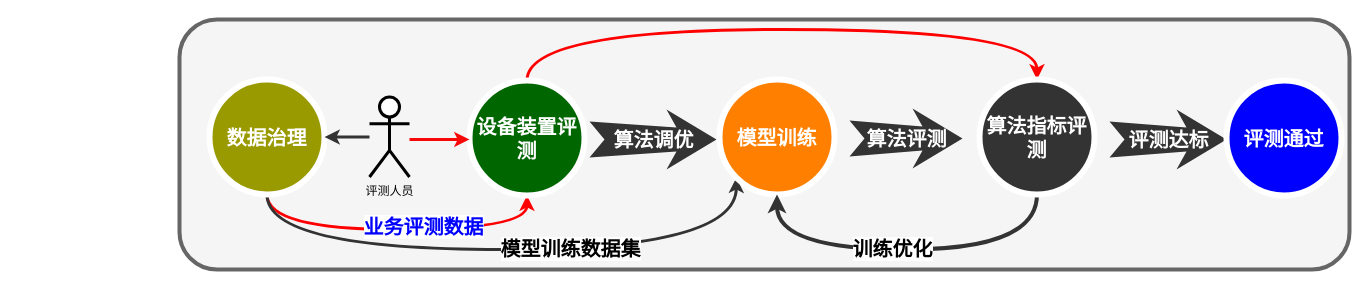
Before: 流程环形图_商务.drawio in paleblackless/diagrams, a draw.io diagram. Source tidied: cells renumbered, new cells numbered last; positions are measured from the earlier drawing's top-left corner, leaving out a move shared by most shapes. Both pictures are drawn from the tidied source at 100%, with x=0, y=0 at pixel (179, 19).
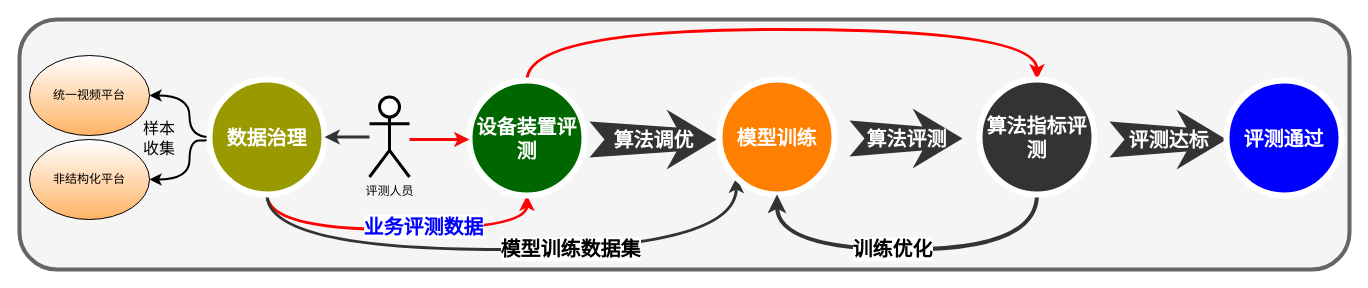
After the change.

Commit message (it also covers changes not shown here):
更新流程环形图_商务.drawio

Unchanged cells that the change refers to:
```xml
<mxCell id="7" value="&lt;span style=&quot;font-size: 20px;&quot;&gt;&lt;font style=&quot;font-size: 20px;&quot;&gt;数据治理&lt;/font&gt;&lt;/span&gt;" style="ellipse;whiteSpace=wrap;html=1;rounded=0;shadow=0;strokeWidth=6;fontSize=20;align=center;fillColor=#999900;strokeColor=#FFFFFF;fontColor=#FFFFFF;fontStyle=1;" parent="1" vertex="1">
  <mxGeometry x="30" y="60" width="115" height="115" as="geometry" />
</mxCell>
```

Change to the diagram source:
```diff
@@
     <mxCell id="2" style="whiteSpace=wrap;html=1;rounded=1;shadow=0;strokeWidth=4;fontSize=20;align=center;fillColor=#f5f5f5;strokeColor=#666666;fontColor=#333333;" parent="1" vertex="1">
-      <mxGeometry width="1170" height="250" as="geometry" />
+      <mxGeometry x="-160" width="1330" height="250" as="geometry" />
     </mxCell>
@@
+    <mxCell id="21" style="edgeStyle=orthogonalEdgeStyle;jettySize=auto;html=1;exitX=0;exitY=0.5;exitDx=0;exitDy=0;curved=1;entryX=1;entryY=0.5;entryDx=0;entryDy=0;strokeWidth=2;" parent="1" edge="1" source="7" target="23">
+      <mxGeometry relative="1" as="geometry">
+        <Array as="points">
+          <mxPoint x="10" y="117" />
+          <mxPoint x="10" y="76" />
+        </Array>
+      </mxGeometry>
+    </mxCell>
+    <mxCell id="22" style="edgeStyle=orthogonalEdgeStyle;jettySize=auto;html=1;entryX=1;entryY=0.5;entryDx=0;entryDy=0;curved=1;strokeWidth=2;" parent="1" edge="1" target="24">
+      <mxGeometry relative="1" as="geometry">
+        <mxPoint x="30" y="120" as="sourcePoint" />
+        <Array as="points">
+          <mxPoint x="30" y="121" />
+          <mxPoint x="10" y="121" />
+          <mxPoint x="10" y="160" />
+        </Array>
+      </mxGeometry>
+    </mxCell>
@@
+    <mxCell id="23" value="统一视频平台" style="ellipse;whiteSpace=wrap;html=1;gradientColor=#FFB366;" parent="1" vertex="1">
+      <mxGeometry x="-150" y="36" width="120" height="80" as="geometry" />
+    </mxCell>
+    <mxCell id="24" value="非结构化平台" style="ellipse;whiteSpace=wrap;html=1;gradientColor=#FFB366;" parent="1" vertex="1">
+      <mxGeometry x="-150" y="120" width="120" height="80" as="geometry" />
+    </mxCell>
+    <mxCell id="25" value="&lt;font style=&quot;font-size: 16px;&quot;&gt;样本收集&lt;/font&gt;" style="text;html=1;strokeColor=none;fillColor=none;align=center;verticalAlign=middle;whiteSpace=wrap;rounded=0;" parent="1" vertex="1">
+      <mxGeometry x="-40" y="104" width="40" height="30" as="geometry" />
+    </mxCell>
```
